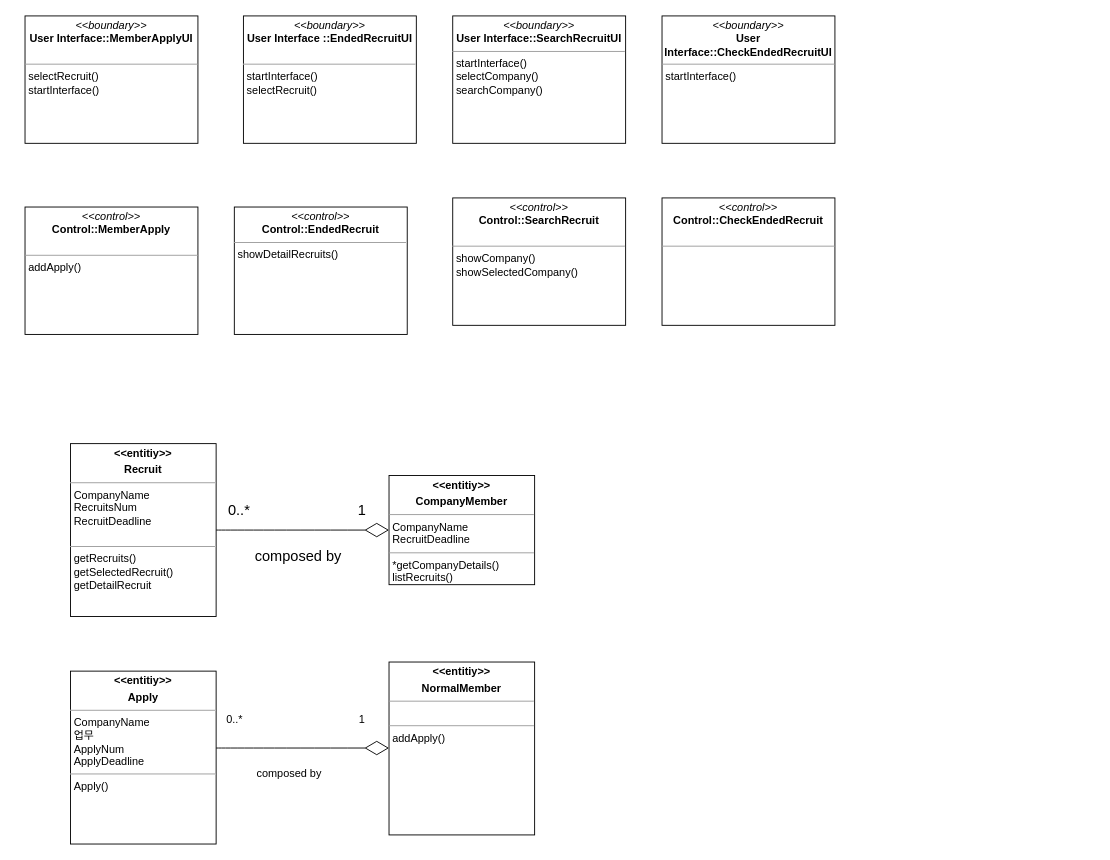
Earlier version of the draw.io diagram 과제2/김형석/Analysis Diagram/analysis-2.drawio (dongtimes2/SW_ENG_2023). Source tidied: cells renumbered, new cells numbered last; positions are measured from the earlier drawing's top-left corner, leaving out a move shared by most shapes. Both pictures are drawn from the tidied source at 91%, with x=0, y=0 at pixel (25, 15).
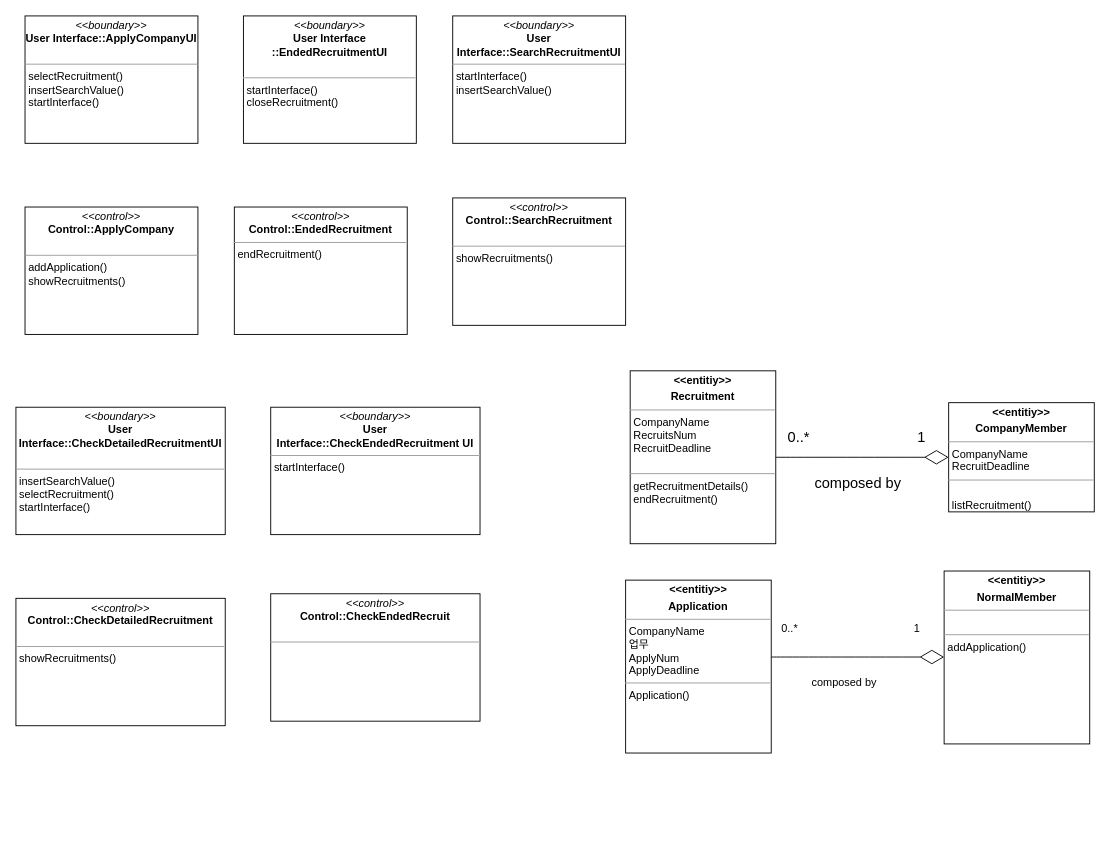
After the change.

Commit message (it also covers changes not shown here):
communication Diagram , analysis Diagram 수정

Change to the diagram source:
```diff
@@
-    <mxCell id="2" value="&lt;p style=&quot;margin:0px;margin-top:4px;text-align:center;&quot;&gt;&lt;i&gt;&amp;lt;&amp;lt;control&amp;gt;&amp;gt;&lt;/i&gt;&lt;br&gt;&lt;b&gt;Control::MemberApply&lt;/b&gt;&lt;/p&gt;&lt;br&gt;&lt;hr size=&quot;1&quot;&gt;&lt;p style=&quot;margin:0px;margin-left:4px;&quot;&gt;addApply()&lt;/p&gt;" style="verticalAlign=top;align=left;overflow=fill;fontSize=12;fontFamily=Helvetica;html=1;whiteSpace=wrap;" parent="1" vertex="1">
+    <mxCell id="2" value="&lt;p style=&quot;margin:0px;margin-top:4px;text-align:center;&quot;&gt;&lt;i&gt;&amp;lt;&amp;lt;control&amp;gt;&amp;gt;&lt;/i&gt;&lt;br&gt;&lt;b&gt;Control::ApplyCompany&lt;/b&gt;&lt;/p&gt;&lt;br&gt;&lt;hr size=&quot;1&quot;&gt;&lt;p style=&quot;margin:0px;margin-left:4px;&quot;&gt;addApplication()&lt;/p&gt;&lt;p style=&quot;margin:0px;margin-left:4px;&quot;&gt;showRecruitments()&lt;/p&gt;" style="verticalAlign=top;align=left;overflow=fill;fontSize=12;fontFamily=Helvetica;html=1;whiteSpace=wrap;" parent="1" vertex="1">
       <mxGeometry y="210" width="190" height="140" as="geometry" />
     </mxCell>
-    <mxCell id="3" value="&lt;p style=&quot;margin:0px;margin-top:4px;text-align:center;&quot;&gt;&lt;b&gt;&amp;lt;&amp;lt;entitiy&amp;gt;&amp;gt;&lt;/b&gt;&lt;/p&gt;&lt;p style=&quot;margin:0px;margin-top:4px;text-align:center;&quot;&gt;&lt;b&gt;Recruit&lt;/b&gt;&lt;/p&gt;&lt;hr size=&quot;1&quot;&gt;&lt;p style=&quot;margin:0px;margin-left:4px;&quot;&gt;CompanyName&lt;/p&gt;&lt;p style=&quot;margin:0px;margin-left:4px;&quot;&gt;RecruitsNum&lt;/p&gt;&lt;p style=&quot;margin:0px;margin-left:4px;&quot;&gt;RecruitDeadline&lt;/p&gt;&lt;p style=&quot;margin:0px;margin-left:4px;&quot;&gt;&lt;br&gt;&lt;/p&gt;&lt;hr size=&quot;1&quot;&gt;&lt;p style=&quot;margin:0px;margin-left:4px;&quot;&gt;getRecruits()&lt;/p&gt;&lt;p style=&quot;margin:0px;margin-left:4px;&quot;&gt;getSelectedRecruit()&lt;/p&gt;&lt;p style=&quot;margin:0px;margin-left:4px;&quot;&gt;getDetailRecruit&lt;/p&gt;" style="verticalAlign=top;align=left;overflow=fill;fontSize=12;fontFamily=Helvetica;html=1;whiteSpace=wrap;" parent="1" vertex="1">
-      <mxGeometry x="50" y="470" width="160" height="190" as="geometry" />
+    <mxCell id="3" value="&lt;p style=&quot;margin:0px;margin-top:4px;text-align:center;&quot;&gt;&lt;b&gt;&amp;lt;&amp;lt;entitiy&amp;gt;&amp;gt;&lt;/b&gt;&lt;/p&gt;&lt;p style=&quot;margin:0px;margin-top:4px;text-align:center;&quot;&gt;&lt;b&gt;Recruitment&lt;/b&gt;&lt;/p&gt;&lt;hr size=&quot;1&quot;&gt;&lt;p style=&quot;margin:0px;margin-left:4px;&quot;&gt;CompanyName&lt;/p&gt;&lt;p style=&quot;margin:0px;margin-left:4px;&quot;&gt;RecruitsNum&lt;/p&gt;&lt;p style=&quot;margin:0px;margin-left:4px;&quot;&gt;RecruitDeadline&lt;/p&gt;&lt;p style=&quot;margin:0px;margin-left:4px;&quot;&gt;&lt;br&gt;&lt;/p&gt;&lt;hr size=&quot;1&quot;&gt;&lt;p style=&quot;margin:0px;margin-left:4px;&quot;&gt;getRecruitmentDetails()&lt;/p&gt;&lt;p style=&quot;margin:0px;margin-left:4px;&quot;&gt;endRecruitment()&lt;/p&gt;" style="verticalAlign=top;align=left;overflow=fill;fontSize=12;fontFamily=Helvetica;html=1;whiteSpace=wrap;" parent="1" vertex="1">
+      <mxGeometry x="665" y="390" width="160" height="190" as="geometry" />
     </mxCell>
-    <mxCell id="4" value="&lt;p style=&quot;margin:0px;margin-top:4px;text-align:center;&quot;&gt;&lt;i&gt;&amp;lt;&amp;lt;control&amp;gt;&amp;gt;&lt;/i&gt;&lt;br&gt;&lt;b&gt;Control::EndedRecruit&lt;/b&gt;&lt;/p&gt;&lt;hr size=&quot;1&quot;&gt;&lt;p style=&quot;margin:0px;margin-left:4px;&quot;&gt;showDetailRecruits()&lt;br&gt;&lt;/p&gt;" style="verticalAlign=top;align=left;overflow=fill;fontSize=12;fontFamily=Helvetica;html=1;whiteSpace=wrap;" parent="1" vertex="1">
+    <mxCell id="4" value="&lt;p style=&quot;margin:0px;margin-top:4px;text-align:center;&quot;&gt;&lt;i&gt;&amp;lt;&amp;lt;control&amp;gt;&amp;gt;&lt;/i&gt;&lt;br&gt;&lt;b&gt;Control::EndedRecruitment&lt;/b&gt;&lt;/p&gt;&lt;hr size=&quot;1&quot;&gt;&lt;p style=&quot;margin:0px;margin-left:4px;&quot;&gt;endRecruitment()&lt;/p&gt;" style="verticalAlign=top;align=left;overflow=fill;fontSize=12;fontFamily=Helvetica;html=1;whiteSpace=wrap;" parent="1" vertex="1">
       <mxGeometry x="230" y="210" width="190" height="140" as="geometry" />
     </mxCell>
-    <mxCell id="5" value="&lt;p style=&quot;margin:0px;margin-top:4px;text-align:center;&quot;&gt;&lt;i&gt;&amp;lt;&amp;lt;boundary&amp;gt;&amp;gt;&lt;/i&gt;&lt;br&gt;&lt;b&gt;User Interface ::EndedRecruitUI&lt;/b&gt;&lt;/p&gt;&lt;br&gt;&lt;hr size=&quot;1&quot;&gt;&lt;p style=&quot;margin:0px;margin-left:4px;&quot;&gt;&lt;/p&gt;&lt;p style=&quot;margin:0px;margin-left:4px;&quot;&gt;startInterface()&lt;/p&gt;&lt;p style=&quot;margin:0px;margin-left:4px;&quot;&gt;selectRecruit()&lt;/p&gt;" style="verticalAlign=top;align=left;overflow=fill;fontSize=12;fontFamily=Helvetica;html=1;whiteSpace=wrap;" parent="1" vertex="1">
+    <mxCell id="5" value="&lt;p style=&quot;margin:0px;margin-top:4px;text-align:center;&quot;&gt;&lt;i&gt;&amp;lt;&amp;lt;boundary&amp;gt;&amp;gt;&lt;/i&gt;&lt;br&gt;&lt;b&gt;User Interface ::EndedRecruitmentUI&lt;/b&gt;&lt;/p&gt;&lt;br&gt;&lt;hr size=&quot;1&quot;&gt;&lt;p style=&quot;margin:0px;margin-left:4px;&quot;&gt;&lt;/p&gt;&lt;p style=&quot;margin:0px;margin-left:4px;&quot;&gt;startInterface()&lt;/p&gt;&lt;p style=&quot;margin:0px;margin-left:4px;&quot;&gt;closeRecruitment()&lt;/p&gt;" style="verticalAlign=top;align=left;overflow=fill;fontSize=12;fontFamily=Helvetica;html=1;whiteSpace=wrap;" parent="1" vertex="1">
       <mxGeometry x="240" width="190" height="140" as="geometry" />
     </mxCell>
-    <mxCell id="6" value="&lt;p style=&quot;margin:0px;margin-top:4px;text-align:center;&quot;&gt;&lt;i&gt;&amp;lt;&amp;lt;boundary&amp;gt;&amp;gt;&lt;/i&gt;&lt;br&gt;&lt;b&gt;User Interface::MemberApplyUI&lt;/b&gt;&lt;/p&gt;&lt;br&gt;&lt;hr size=&quot;1&quot;&gt;&lt;p style=&quot;margin:0px;margin-left:4px;&quot;&gt;selectRecruit()&lt;/p&gt;&lt;p style=&quot;margin:0px;margin-left:4px;&quot;&gt;startInterface()&lt;/p&gt;" style="verticalAlign=top;align=left;overflow=fill;fontSize=12;fontFamily=Helvetica;html=1;whiteSpace=wrap;" parent="1" vertex="1">
+    <mxCell id="6" value="&lt;p style=&quot;margin:0px;margin-top:4px;text-align:center;&quot;&gt;&lt;i&gt;&amp;lt;&amp;lt;boundary&amp;gt;&amp;gt;&lt;/i&gt;&lt;br&gt;&lt;b&gt;User Interface::ApplyCompanyUI&lt;/b&gt;&lt;/p&gt;&lt;br&gt;&lt;hr size=&quot;1&quot;&gt;&lt;p style=&quot;margin:0px;margin-left:4px;&quot;&gt;selectRecruitment()&lt;/p&gt;&lt;p style=&quot;margin:0px;margin-left:4px;&quot;&gt;insertSearchValue()&lt;/p&gt;&lt;p style=&quot;margin:0px;margin-left:4px;&quot;&gt;startInterface()&lt;/p&gt;" style="verticalAlign=top;align=left;overflow=fill;fontSize=12;fontFamily=Helvetica;html=1;whiteSpace=wrap;" parent="1" vertex="1">
       <mxGeometry width="190" height="140" as="geometry" />
     </mxCell>
-    <mxCell id="7" value="&lt;p style=&quot;margin:0px;margin-top:4px;text-align:center;&quot;&gt;&lt;i&gt;&amp;lt;&amp;lt;boundary&amp;gt;&amp;gt;&lt;/i&gt;&lt;br&gt;&lt;b&gt;User Interface::SearchRecruitUI&lt;/b&gt;&lt;/p&gt;&lt;hr size=&quot;1&quot;&gt;&lt;p style=&quot;margin:0px;margin-left:4px;&quot;&gt;&lt;/p&gt;&lt;p style=&quot;margin:0px;margin-left:4px;&quot;&gt;startInterface()&lt;br&gt;&lt;/p&gt;&lt;p style=&quot;margin:0px;margin-left:4px;&quot;&gt;selectCompany()&lt;/p&gt;&lt;p style=&quot;margin:0px;margin-left:4px;&quot;&gt;searchCompany()&lt;/p&gt;" style="verticalAlign=top;align=left;overflow=fill;fontSize=12;fontFamily=Helvetica;html=1;whiteSpace=wrap;" parent="1" vertex="1">
+    <mxCell id="7" value="&lt;p style=&quot;margin:0px;margin-top:4px;text-align:center;&quot;&gt;&lt;i&gt;&amp;lt;&amp;lt;boundary&amp;gt;&amp;gt;&lt;/i&gt;&lt;br&gt;&lt;b&gt;User Interface::SearchRecruitmentUI&lt;/b&gt;&lt;/p&gt;&lt;hr size=&quot;1&quot;&gt;&lt;p style=&quot;margin:0px;margin-left:4px;&quot;&gt;&lt;/p&gt;&lt;p style=&quot;margin:0px;margin-left:4px;&quot;&gt;startInterface()&lt;br&gt;&lt;/p&gt;&lt;p style=&quot;margin:0px;margin-left:4px;&quot;&gt;insertSearchValue()&lt;/p&gt;" style="verticalAlign=top;align=left;overflow=fill;fontSize=12;fontFamily=Helvetica;html=1;whiteSpace=wrap;" parent="1" vertex="1">
       <mxGeometry x="470" width="190" height="140" as="geometry" />
     </mxCell>
-    <mxCell id="8" value="&lt;p style=&quot;margin:0px;margin-top:4px;text-align:center;&quot;&gt;&lt;i&gt;&amp;lt;&amp;lt;control&amp;gt;&amp;gt;&lt;/i&gt;&lt;br&gt;&lt;b&gt;Control::SearchRecruit&lt;/b&gt;&lt;/p&gt;&lt;br&gt;&lt;hr size=&quot;1&quot;&gt;&lt;p style=&quot;margin:0px;margin-left:4px;&quot;&gt;showCompany()&lt;br&gt;&lt;/p&gt;&lt;p style=&quot;margin:0px;margin-left:4px;&quot;&gt;showSelectedCompany()&lt;/p&gt;" style="verticalAlign=top;align=left;overflow=fill;fontSize=12;fontFamily=Helvetica;html=1;whiteSpace=wrap;" parent="1" vertex="1">
+    <mxCell id="8" value="&lt;p style=&quot;margin:0px;margin-top:4px;text-align:center;&quot;&gt;&lt;i&gt;&amp;lt;&amp;lt;control&amp;gt;&amp;gt;&lt;/i&gt;&lt;br&gt;&lt;b&gt;Control::SearchRecruitment&lt;/b&gt;&lt;/p&gt;&lt;br&gt;&lt;hr size=&quot;1&quot;&gt;&lt;p style=&quot;margin:0px;margin-left:4px;&quot;&gt;showRecruitments()&lt;/p&gt;" style="verticalAlign=top;align=left;overflow=fill;fontSize=12;fontFamily=Helvetica;html=1;whiteSpace=wrap;" parent="1" vertex="1">
       <mxGeometry x="470" y="200" width="190" height="140" as="geometry" />
     </mxCell>
-    <mxCell id="9" value="&lt;p style=&quot;margin:0px;margin-top:4px;text-align:center;&quot;&gt;&lt;i&gt;&amp;lt;&amp;lt;boundary&amp;gt;&amp;gt;&lt;/i&gt;&lt;br&gt;&lt;b&gt;User Interface::CheckEndedRecruitUI&lt;/b&gt;&lt;/p&gt;&lt;hr size=&quot;1&quot;&gt;&lt;p style=&quot;margin:0px;margin-left:4px;&quot;&gt;&lt;/p&gt;&lt;p style=&quot;margin:0px;margin-left:4px;&quot;&gt;startInterface()&lt;br&gt;&lt;/p&gt;" style="verticalAlign=top;align=left;overflow=fill;fontSize=12;fontFamily=Helvetica;html=1;whiteSpace=wrap;" parent="1" vertex="1">
-      <mxGeometry x="700" width="190" height="140" as="geometry" />
+    <mxCell id="9" value="&lt;p style=&quot;margin:0px;margin-top:4px;text-align:center;&quot;&gt;&lt;i&gt;&amp;lt;&amp;lt;boundary&amp;gt;&amp;gt;&lt;/i&gt;&lt;br&gt;&lt;b&gt;User Interface::CheckEndedRecruitment UI&lt;/b&gt;&lt;/p&gt;&lt;hr size=&quot;1&quot;&gt;&lt;p style=&quot;margin:0px;margin-left:4px;&quot;&gt;&lt;/p&gt;&lt;p style=&quot;margin:0px;margin-left:4px;&quot;&gt;startInterface()&lt;br&gt;&lt;/p&gt;" style="verticalAlign=top;align=left;overflow=fill;fontSize=12;fontFamily=Helvetica;html=1;whiteSpace=wrap;" parent="1" vertex="1">
+      <mxGeometry x="270" y="430" width="230" height="140" as="geometry" />
     </mxCell>
     <mxCell id="10" value="&lt;p style=&quot;margin:0px;margin-top:4px;text-align:center;&quot;&gt;&lt;i&gt;&amp;lt;&amp;lt;control&amp;gt;&amp;gt;&lt;/i&gt;&lt;br&gt;&lt;b&gt;Control::CheckEndedRecruit&lt;/b&gt;&lt;/p&gt;&lt;br&gt;&lt;hr size=&quot;1&quot;&gt;&lt;p style=&quot;margin:0px;margin-left:4px;&quot;&gt;&lt;br&gt;&lt;/p&gt;" style="verticalAlign=top;align=left;overflow=fill;fontSize=12;fontFamily=Helvetica;html=1;whiteSpace=wrap;" parent="1" vertex="1">
-      <mxGeometry x="700" y="200" width="190" height="140" as="geometry" />
+      <mxGeometry x="270" y="635" width="230" height="140" as="geometry" />
     </mxCell>
-    <mxCell id="11" value="&lt;p style=&quot;margin:0px;margin-top:4px;text-align:center;&quot;&gt;&lt;b&gt;&amp;lt;&amp;lt;entitiy&amp;gt;&amp;gt;&lt;/b&gt;&lt;/p&gt;&lt;p style=&quot;margin:0px;margin-top:4px;text-align:center;&quot;&gt;&lt;b&gt;CompanyMember&lt;/b&gt;&lt;/p&gt;&lt;hr size=&quot;1&quot;&gt;&lt;p style=&quot;margin:0px;margin-left:4px;&quot;&gt;CompanyName&lt;/p&gt;&lt;p style=&quot;margin:0px;margin-left:4px;&quot;&gt;RecruitDeadline&lt;/p&gt;&lt;hr size=&quot;1&quot;&gt;&lt;p style=&quot;margin:0px;margin-left:4px;&quot;&gt;*getCompanyDetails()&lt;/p&gt;&lt;p style=&quot;margin:0px;margin-left:4px;&quot;&gt;listRecruits()&lt;/p&gt;" style="verticalAlign=top;align=left;overflow=fill;fontSize=12;fontFamily=Helvetica;html=1;whiteSpace=wrap;" parent="1" vertex="1">
-      <mxGeometry x="400" y="505" width="160" height="120" as="geometry" />
+    <mxCell id="11" value="&lt;p style=&quot;margin:0px;margin-top:4px;text-align:center;&quot;&gt;&lt;b&gt;&amp;lt;&amp;lt;entitiy&amp;gt;&amp;gt;&lt;/b&gt;&lt;/p&gt;&lt;p style=&quot;margin:0px;margin-top:4px;text-align:center;&quot;&gt;&lt;b&gt;CompanyMember&lt;/b&gt;&lt;/p&gt;&lt;hr size=&quot;1&quot;&gt;&lt;p style=&quot;margin:0px;margin-left:4px;&quot;&gt;CompanyName&lt;/p&gt;&lt;p style=&quot;margin:0px;margin-left:4px;&quot;&gt;RecruitDeadline&lt;/p&gt;&lt;hr size=&quot;1&quot;&gt;&lt;p style=&quot;margin:0px;margin-left:4px;&quot;&gt;&lt;br&gt;&lt;/p&gt;&lt;p style=&quot;margin:0px;margin-left:4px;&quot;&gt;listRecruitment()&lt;/p&gt;" style="verticalAlign=top;align=left;overflow=fill;fontSize=12;fontFamily=Helvetica;html=1;whiteSpace=wrap;" parent="1" vertex="1">
+      <mxGeometry x="1015" y="425" width="160" height="120" as="geometry" />
     </mxCell>
@@
     <mxCell id="13" value="1" style="text;html=1;align=center;verticalAlign=middle;strokeColor=none;fillColor=none;fontSize=16;" parent="1" vertex="1">
-      <mxGeometry x="355" y="528" width="30" height="30" as="geometry" />
+      <mxGeometry x="970" y="448" width="30" height="30" as="geometry" />
     </mxCell>
     <mxCell id="14" value="0..*" style="text;html=1;align=center;verticalAlign=middle;strokeColor=none;fillColor=none;fontSize=16;" parent="1" vertex="1">
-      <mxGeometry x="210" y="528" width="50" height="30" as="geometry" />
+      <mxGeometry x="825" y="448" width="50" height="30" as="geometry" />
     </mxCell>
     <mxCell id="15" value="composed by" style="text;html=1;align=center;verticalAlign=middle;strokeColor=none;fillColor=none;fontSize=16;" parent="1" vertex="1">
-      <mxGeometry x="240" y="578" width="120" height="30" as="geometry" />
+      <mxGeometry x="855" y="498" width="120" height="30" as="geometry" />
     </mxCell>
-    <mxCell id="16" value="&lt;p style=&quot;margin:0px;margin-top:4px;text-align:center;&quot;&gt;&lt;b&gt;&amp;lt;&amp;lt;entitiy&amp;gt;&amp;gt;&lt;/b&gt;&lt;/p&gt;&lt;p style=&quot;margin:0px;margin-top:4px;text-align:center;&quot;&gt;&lt;b&gt;NormalMember&lt;/b&gt;&lt;/p&gt;&lt;hr size=&quot;1&quot;&gt;&lt;p style=&quot;margin:0px;margin-left:4px;&quot;&gt;&lt;br&gt;&lt;/p&gt;&lt;hr size=&quot;1&quot;&gt;&lt;p style=&quot;margin:0px;margin-left:4px;&quot;&gt;addApply()&lt;/p&gt;&lt;p style=&quot;margin:0px;margin-left:4px;&quot;&gt;&lt;br&gt;&lt;/p&gt;" style="verticalAlign=top;align=left;overflow=fill;fontSize=12;fontFamily=Helvetica;html=1;whiteSpace=wrap;" parent="1" vertex="1">
-      <mxGeometry x="400" y="710" width="160" height="190" as="geometry" />
+    <mxCell id="16" value="&lt;p style=&quot;margin:0px;margin-top:4px;text-align:center;&quot;&gt;&lt;b&gt;&amp;lt;&amp;lt;entitiy&amp;gt;&amp;gt;&lt;/b&gt;&lt;/p&gt;&lt;p style=&quot;margin:0px;margin-top:4px;text-align:center;&quot;&gt;&lt;b&gt;NormalMember&lt;/b&gt;&lt;/p&gt;&lt;hr size=&quot;1&quot;&gt;&lt;p style=&quot;margin:0px;margin-left:4px;&quot;&gt;&lt;br&gt;&lt;/p&gt;&lt;hr size=&quot;1&quot;&gt;&lt;p style=&quot;margin:0px;margin-left:4px;&quot;&gt;addApplication()&lt;/p&gt;&lt;p style=&quot;margin:0px;margin-left:4px;&quot;&gt;&lt;br&gt;&lt;/p&gt;" style="verticalAlign=top;align=left;overflow=fill;fontSize=12;fontFamily=Helvetica;html=1;whiteSpace=wrap;" parent="1" vertex="1">
+      <mxGeometry x="1010" y="610" width="160" height="190" as="geometry" />
     </mxCell>
-    <mxCell id="17" value="&lt;p style=&quot;margin:0px;margin-top:4px;text-align:center;&quot;&gt;&lt;b&gt;&amp;lt;&amp;lt;entitiy&amp;gt;&amp;gt;&lt;/b&gt;&lt;/p&gt;&lt;p style=&quot;margin:0px;margin-top:4px;text-align:center;&quot;&gt;&lt;b&gt;Apply&lt;/b&gt;&lt;/p&gt;&lt;hr size=&quot;1&quot;&gt;&lt;p style=&quot;margin:0px;margin-left:4px;&quot;&gt;CompanyName&lt;/p&gt;&lt;p style=&quot;margin:0px;margin-left:4px;&quot;&gt;업무&lt;/p&gt;&lt;p style=&quot;margin:0px;margin-left:4px;&quot;&gt;ApplyNum&lt;/p&gt;&lt;p style=&quot;margin:0px;margin-left:4px;&quot;&gt;ApplyDeadline&lt;/p&gt;&lt;hr size=&quot;1&quot;&gt;&lt;p style=&quot;margin:0px;margin-left:4px;&quot;&gt;Apply()&lt;/p&gt;&lt;p style=&quot;margin:0px;margin-left:4px;&quot;&gt;&lt;br&gt;&lt;/p&gt;" style="verticalAlign=top;align=left;overflow=fill;fontSize=12;fontFamily=Helvetica;html=1;whiteSpace=wrap;" parent="1" vertex="1">
-      <mxGeometry x="50" y="720" width="160" height="190" as="geometry" />
+    <mxCell id="17" value="&lt;p style=&quot;margin:0px;margin-top:4px;text-align:center;&quot;&gt;&lt;b&gt;&amp;lt;&amp;lt;entitiy&amp;gt;&amp;gt;&lt;/b&gt;&lt;/p&gt;&lt;p style=&quot;margin:0px;margin-top:4px;text-align:center;&quot;&gt;&lt;b&gt;Application&lt;/b&gt;&lt;/p&gt;&lt;hr size=&quot;1&quot;&gt;&lt;p style=&quot;margin:0px;margin-left:4px;&quot;&gt;CompanyName&lt;/p&gt;&lt;p style=&quot;margin:0px;margin-left:4px;&quot;&gt;업무&lt;/p&gt;&lt;p style=&quot;margin:0px;margin-left:4px;&quot;&gt;ApplyNum&lt;/p&gt;&lt;p style=&quot;margin:0px;margin-left:4px;&quot;&gt;ApplyDeadline&lt;/p&gt;&lt;hr size=&quot;1&quot;&gt;&lt;p style=&quot;margin:0px;margin-left:4px;&quot;&gt;Application()&lt;/p&gt;&lt;p style=&quot;margin:0px;margin-left:4px;&quot;&gt;&lt;br&gt;&lt;/p&gt;" style="verticalAlign=top;align=left;overflow=fill;fontSize=12;fontFamily=Helvetica;html=1;whiteSpace=wrap;" parent="1" vertex="1">
+      <mxGeometry x="660" y="620" width="160" height="190" as="geometry" />
     </mxCell>
     <mxCell id="18" style="endArrow=diamondThin;endFill=0;endSize=24;html=1;rounded=0;fontSize=12;curved=1;entryX=0;entryY=0.5;entryDx=0;entryDy=0;exitX=1;exitY=0.5;exitDx=0;exitDy=0;" parent="1" edge="1">
       <mxGeometry relative="1" as="geometry">
-        <mxPoint x="210" y="804.5" as="sourcePoint" />
-        <mxPoint x="400" y="804.5" as="targetPoint" />
+        <mxPoint x="820" y="704.5" as="sourcePoint" />
+        <mxPoint x="1010" y="704.5" as="targetPoint" />
       </mxGeometry>
     </mxCell>
     <mxCell id="19" value="0..*" style="text;html=1;align=center;verticalAlign=middle;strokeColor=none;fillColor=none;" parent="1" vertex="1">
-      <mxGeometry x="210" y="758" width="40" height="30" as="geometry" />
+      <mxGeometry x="820" y="658" width="40" height="30" as="geometry" />
     </mxCell>
     <mxCell id="20" value="1" style="text;html=1;align=center;verticalAlign=middle;strokeColor=none;fillColor=none;" parent="1" vertex="1">
-      <mxGeometry x="355" y="758" width="30" height="30" as="geometry" />
+      <mxGeometry x="965" y="658" width="30" height="30" as="geometry" />
     </mxCell>
     <mxCell id="21" value="composed by" style="text;html=1;align=center;verticalAlign=middle;strokeColor=none;fillColor=none;" parent="1" vertex="1">
-      <mxGeometry x="245" y="818" width="90" height="30" as="geometry" />
+      <mxGeometry x="855" y="718" width="90" height="30" as="geometry" />
     </mxCell>
+    <mxCell id="22" value="&lt;p style=&quot;margin:0px;margin-top:4px;text-align:center;&quot;&gt;&lt;i&gt;&amp;lt;&amp;lt;control&amp;gt;&amp;gt;&lt;/i&gt;&lt;br&gt;&lt;b&gt;Control::CheckDetailedRecruitment&lt;/b&gt;&lt;/p&gt;&lt;br&gt;&lt;hr size=&quot;1&quot;&gt;&lt;p style=&quot;margin:0px;margin-left:4px;&quot;&gt;showRecruitments()&lt;/p&gt;" style="verticalAlign=top;align=left;overflow=fill;fontSize=12;fontFamily=Helvetica;html=1;whiteSpace=wrap;" parent="1" vertex="1">
+      <mxGeometry x="-10" y="640" width="230" height="140" as="geometry" />
+    </mxCell>
+    <mxCell id="23" value="&lt;p style=&quot;margin:0px;margin-top:4px;text-align:center;&quot;&gt;&lt;i&gt;&amp;lt;&amp;lt;boundary&amp;gt;&amp;gt;&lt;/i&gt;&lt;br&gt;&lt;b&gt;User Interface::CheckDetailedRecruitmentUI&lt;/b&gt;&lt;/p&gt;&lt;br&gt;&lt;hr size=&quot;1&quot;&gt;&lt;p style=&quot;margin:0px;margin-left:4px;&quot;&gt;insertSearchValue()&lt;/p&gt;&lt;p style=&quot;margin:0px;margin-left:4px;&quot;&gt;selectRecruitment()&lt;/p&gt;&lt;p style=&quot;margin:0px;margin-left:4px;&quot;&gt;startInterface()&lt;/p&gt;" style="verticalAlign=top;align=left;overflow=fill;fontSize=12;fontFamily=Helvetica;html=1;whiteSpace=wrap;" parent="1" vertex="1">
+      <mxGeometry x="-10" y="430" width="230" height="140" as="geometry" />
+    </mxCell>
```
